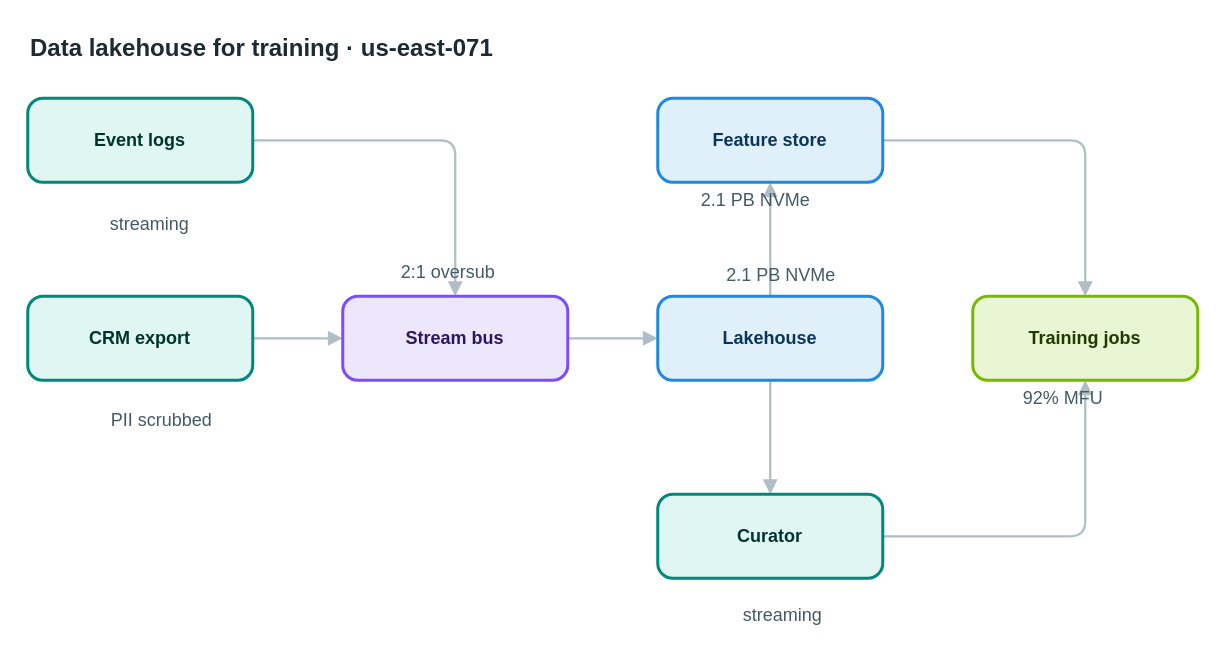
Above: apps/web/public/samples/library/071-data-lakehouse-for-training.drawio in AryanG01/open-apprentice (draw.io), before the change. Source tidied: cells renumbered, new cells numbered last; positions are measured from the earlier drawing's top-left corner, leaving out a move shared by most shapes. Both pictures are drawn from the tidied source at 150%, with x=0, y=0 at pixel (27, 26).
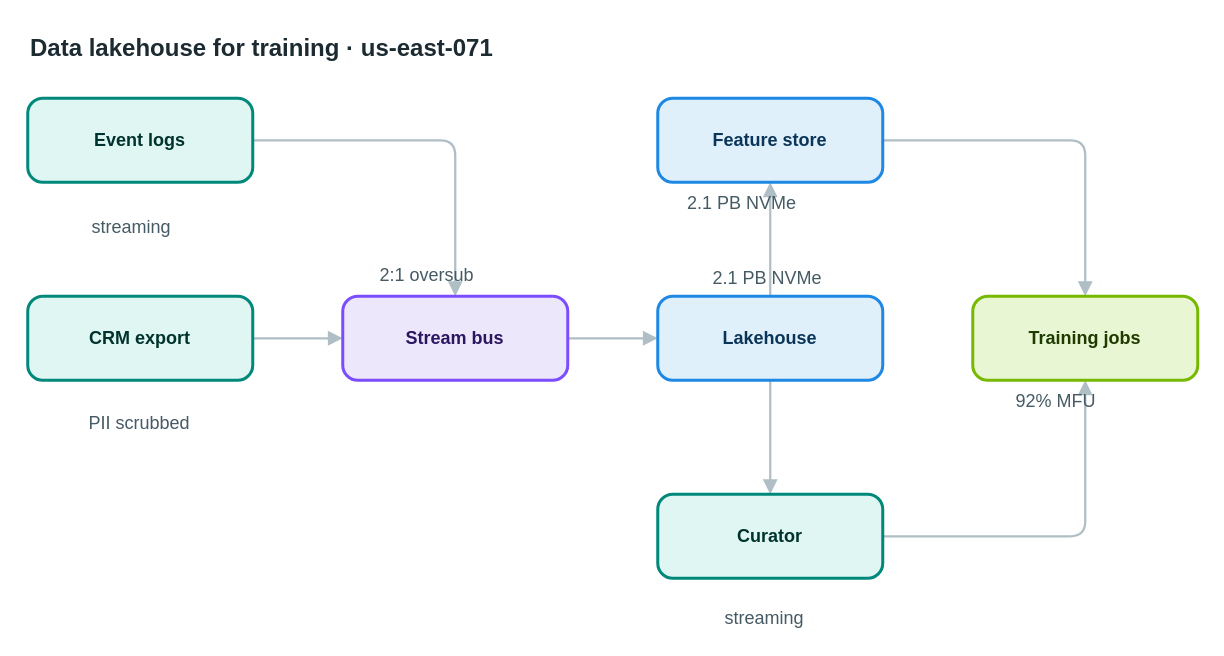
The same page after the edit.

What changed in the source:
```diff
@@
-    <mxCell id="17" value="streaming" style="text;html=1;align=center;verticalAlign=middle;whiteSpace=nowrap;strokeColor=none;fillColor=none;fontSize=12;fontColor=#455a64;" parent="1" vertex="1">
+    <mxCell id="17" value="streaming" style="text;html=1;align=left;verticalAlign=top;whiteSpace=nowrap;spacing=0;spacingTop=0;strokeColor=none;fillColor=none;fontSize=12;fontColor=#455a64;" parent="1" vertex="1">
       <mxGeometry x="43" y="122" width="75" height="20" as="geometry" />
     </mxCell>
-    <mxCell id="18" value="PII scrubbed" style="text;html=1;align=center;verticalAlign=middle;whiteSpace=nowrap;strokeColor=none;fillColor=none;fontSize=12;fontColor=#455a64;" parent="1" vertex="1">
+    <mxCell id="18" value="PII scrubbed" style="text;html=1;align=left;verticalAlign=top;whiteSpace=nowrap;spacing=0;spacingTop=0;strokeColor=none;fillColor=none;fontSize=12;fontColor=#455a64;" parent="1" vertex="1">
       <mxGeometry x="41" y="253" width="96" height="20" as="geometry" />
     </mxCell>
-    <mxCell id="19" value="2:1 oversub" style="text;html=1;align=center;verticalAlign=middle;whiteSpace=nowrap;strokeColor=none;fillColor=none;fontSize=12;fontColor=#455a64;" parent="1" vertex="1">
+    <mxCell id="19" value="2:1 oversub" style="text;html=1;align=left;verticalAlign=top;whiteSpace=nowrap;spacing=0;spacingTop=0;strokeColor=none;fillColor=none;fontSize=12;fontColor=#455a64;" parent="1" vertex="1">
       <mxGeometry x="235" y="154" width="89" height="20" as="geometry" />
     </mxCell>
-    <mxCell id="20" value="2.1 PB NVMe" style="text;html=1;align=center;verticalAlign=middle;whiteSpace=nowrap;strokeColor=none;fillColor=none;fontSize=12;fontColor=#455a64;" parent="1" vertex="1">
+    <mxCell id="20" value="2.1 PB NVMe" style="text;html=1;align=left;verticalAlign=top;whiteSpace=nowrap;spacing=0;spacingTop=0;strokeColor=none;fillColor=none;fontSize=12;fontColor=#455a64;" parent="1" vertex="1">
       <mxGeometry x="457" y="156" width="89" height="20" as="geometry" />
     </mxCell>
-    <mxCell id="21" value="2.1 PB NVMe" style="text;html=1;align=center;verticalAlign=middle;whiteSpace=nowrap;strokeColor=none;fillColor=none;fontSize=12;fontColor=#455a64;" parent="1" vertex="1">
+    <mxCell id="21" value="2.1 PB NVMe" style="text;html=1;align=left;verticalAlign=top;whiteSpace=nowrap;spacing=0;spacingTop=0;strokeColor=none;fillColor=none;fontSize=12;fontColor=#455a64;" parent="1" vertex="1">
       <mxGeometry x="440" y="106" width="89" height="20" as="geometry" />
     </mxCell>
-    <mxCell id="22" value="streaming" style="text;html=1;align=center;verticalAlign=middle;whiteSpace=nowrap;strokeColor=none;fillColor=none;fontSize=12;fontColor=#455a64;" parent="1" vertex="1">
+    <mxCell id="22" value="streaming" style="text;html=1;align=left;verticalAlign=top;whiteSpace=nowrap;spacing=0;spacingTop=0;strokeColor=none;fillColor=none;fontSize=12;fontColor=#455a64;" parent="1" vertex="1">
       <mxGeometry x="465" y="383" width="75" height="20" as="geometry" />
     </mxCell>
-    <mxCell id="23" value="92% MFU" style="text;html=1;align=center;verticalAlign=middle;whiteSpace=nowrap;strokeColor=none;fillColor=none;fontSize=12;fontColor=#455a64;" parent="1" vertex="1">
+    <mxCell id="23" value="92% MFU" style="text;html=1;align=left;verticalAlign=top;whiteSpace=nowrap;spacing=0;spacingTop=0;strokeColor=none;fillColor=none;fontSize=12;fontColor=#455a64;" parent="1" vertex="1">
       <mxGeometry x="659" y="238" width="61" height="20" as="geometry" />
     </mxCell>
```
